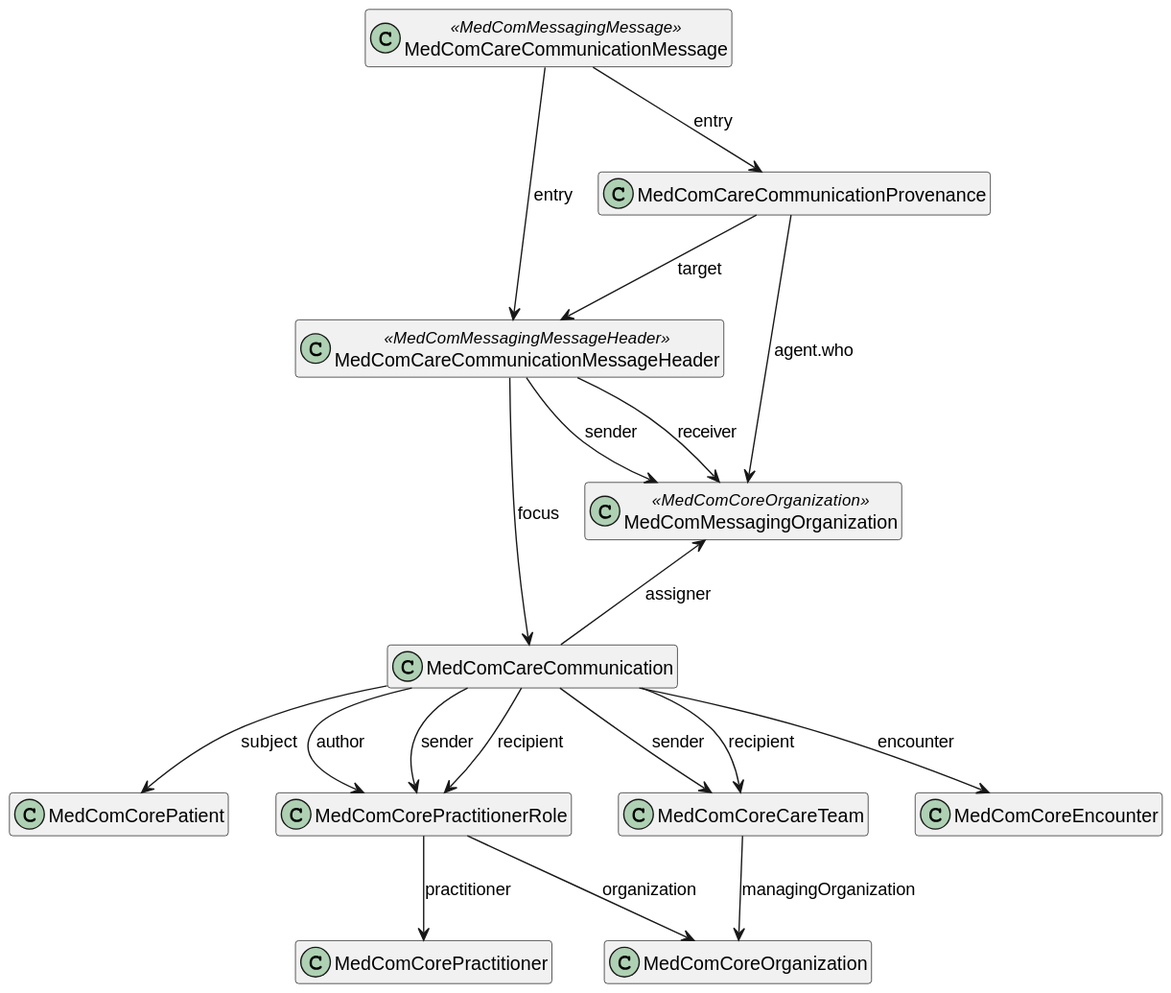
Earlier version of the PlantUML export input/images/carecommunication/CareCommunication.svg (medcomdk/dk-medcom-carecommunication).
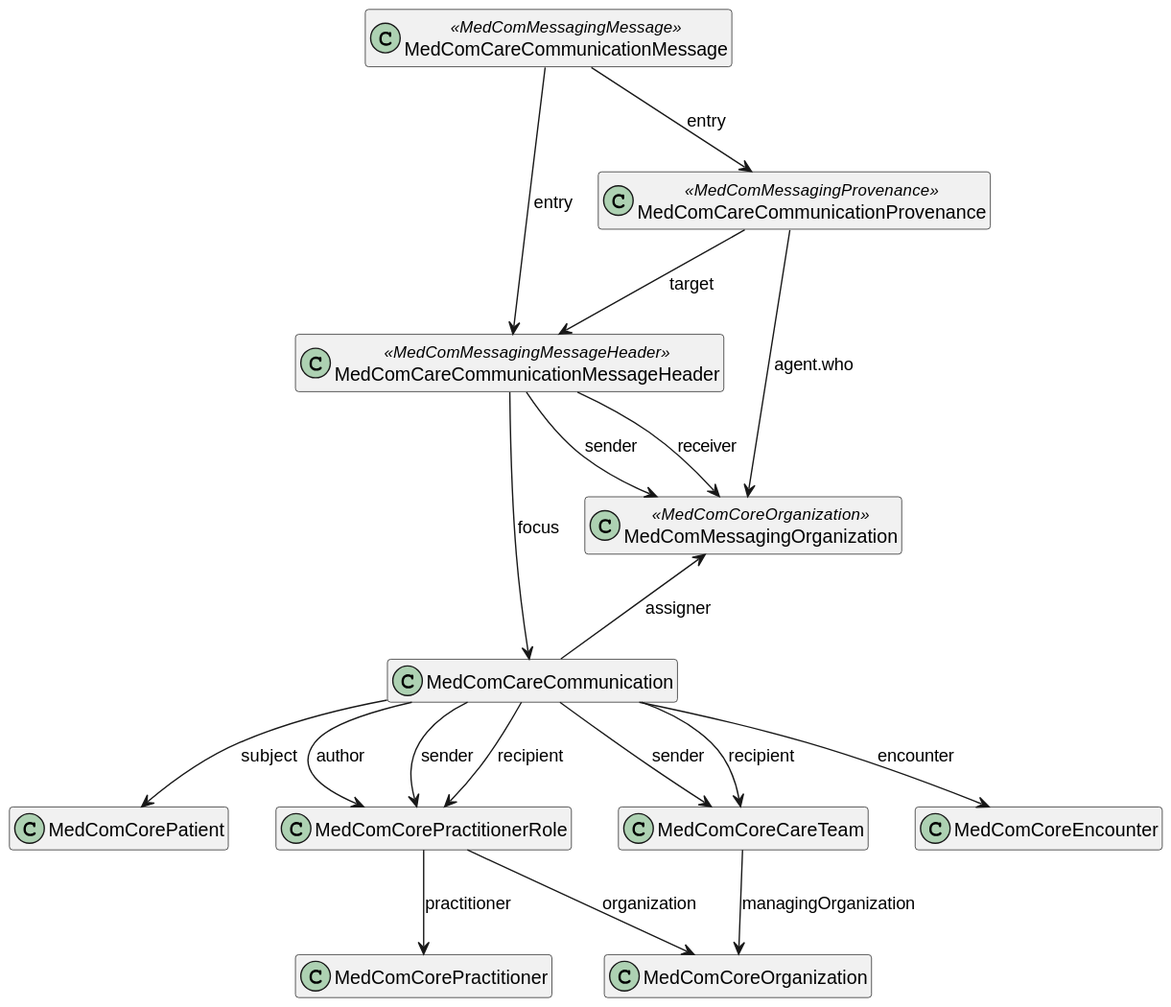
After the commit.

Commit message:
Added enharitance for provenance in UML diagram

The edit, as a diff of the source:
```diff
@@ -5,7 +5,7 @@
 
 class "MedComCareCommunicationMessage" as message <<MedComMessagingMessage>>
 class "MedComCareCommunicationMessageHeader" as messageheader <<MedComMessagingMessageHeader>>
-class "MedComCareCommunicationProvenance" as provenance
+class "MedComCareCommunicationProvenance" as provenance <<MedComMessagingProvenance>>
 class "MedComMessagingOrganization" as messagingOrganization <<MedComCoreOrganization>>
 class "MedComCareCommunication" as communication
 class "MedComCorePatient" as patient
```
